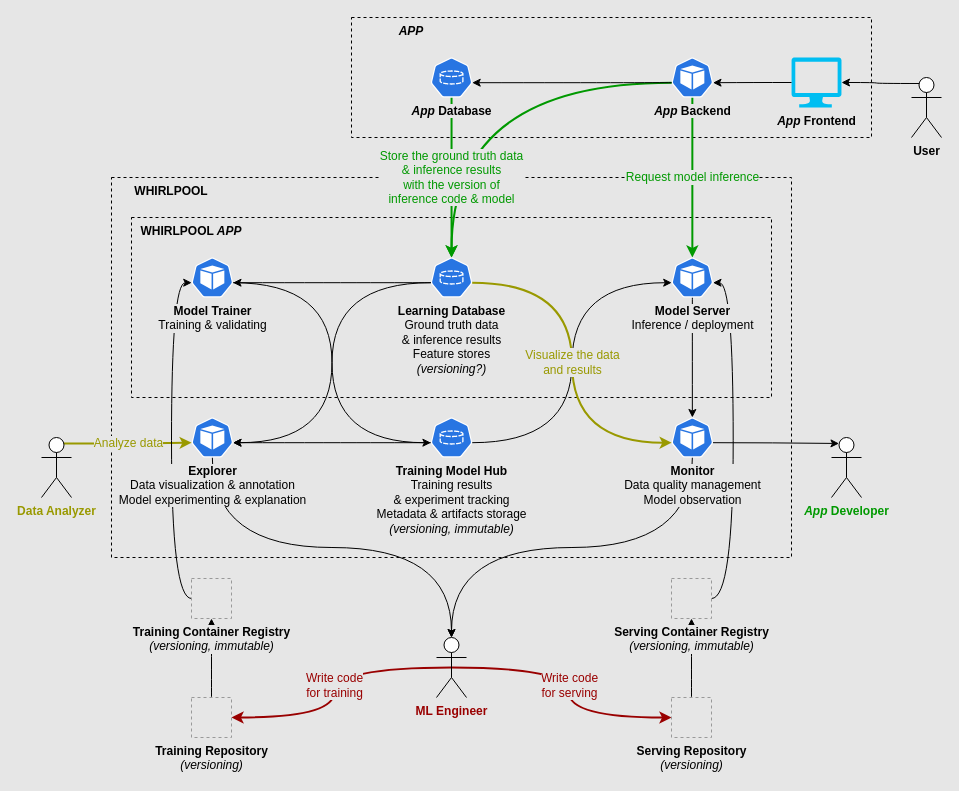
Before: manifests/core/whirlpool/doc/system-design.drawio in metalwhale/wave, a draw.io diagram. Source tidied: cells renumbered, new cells numbered last; positions are measured from the earlier drawing's top-left corner, leaving out a move shared by most shapes. Both pictures are drawn from the tidied source at 100%, with x=0, y=0 at pixel (41, 17). Pictures stored in the file or linked from it are replaced by grey dashed boxes.
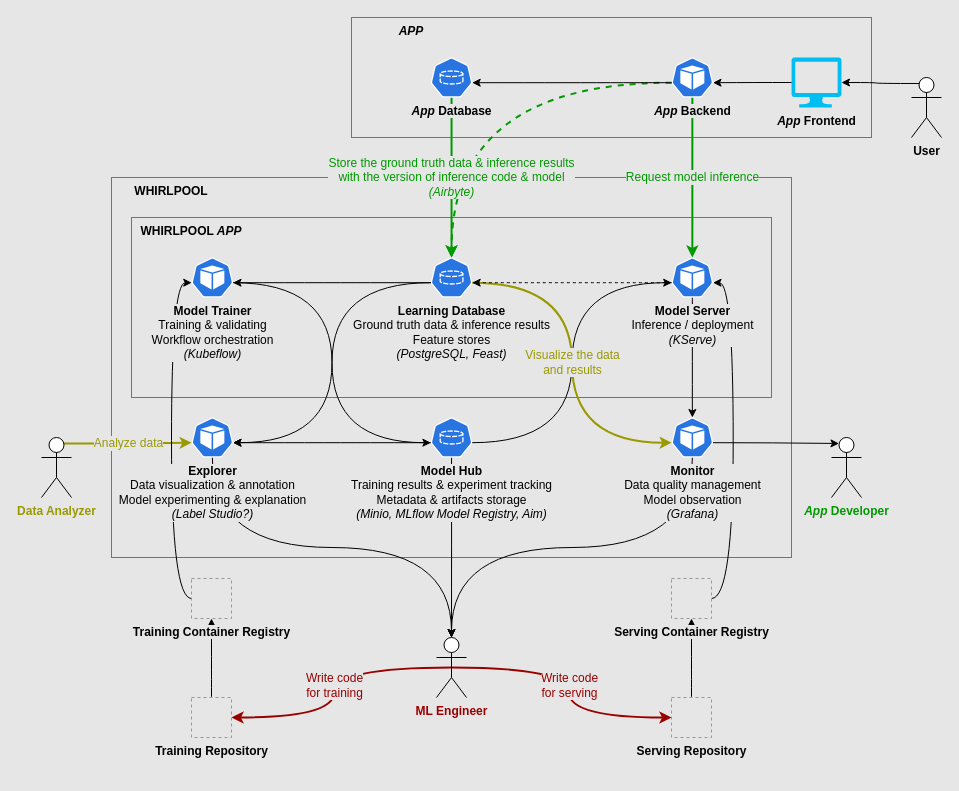
After the change.

Unchanged cells that the change refers to:
```xml
<mxCell id="24" value="&lt;b&gt;&lt;i&gt;App&lt;/i&gt; Database&lt;/b&gt;" style="sketch=0;html=1;dashed=0;whitespace=wrap;fillColor=#2875E2;strokeColor=#ffffff;points=[[0.005,0.63,0],[0.1,0.2,0],[0.9,0.2,0],[0.5,0,0],[0.995,0.63,0],[0.72,0.99,0],[0.5,1,0],[0.28,0.99,0]];shape=mxgraph.kubernetes.icon2;prIcon=pvc;labelPosition=center;verticalLabelPosition=bottom;align=center;verticalAlign=top;labelBackgroundColor=#E6E6E6;" parent="1" vertex="1">
  <mxGeometry x="389.2" y="40" width="41.7" height="40" as="geometry" />
</mxCell>
<mxCell id="26" value="&lt;b&gt;&lt;i&gt;App&lt;/i&gt; Backend&lt;/b&gt;" style="sketch=0;html=1;dashed=0;whitespace=wrap;fillColor=#2875E2;strokeColor=#ffffff;points=[[0.005,0.63,0],[0.1,0.2,0],[0.9,0.2,0],[0.5,0,0],[0.995,0.63,0],[0.72,0.99,0],[0.5,1,0],[0.28,0.99,0]];shape=mxgraph.kubernetes.icon2;prIcon=pod;labelBackgroundColor=#E6E6E6;labelPosition=center;verticalLabelPosition=bottom;align=center;verticalAlign=top;" parent="1" vertex="1">
  <mxGeometry x="630" y="40" width="41.7" height="40" as="geometry" />
</mxCell>
<mxCell id="40" value="&lt;b&gt;&lt;font color=&quot;#990000&quot;&gt;ML Engineer&lt;/font&gt;&lt;/b&gt;" style="shape=umlActor;verticalLabelPosition=bottom;verticalAlign=top;html=1;outlineConnect=0;labelBackgroundColor=#E6E6E6;" parent="1" vertex="1">
  <mxGeometry x="395" y="620" width="30" height="60" as="geometry" />
</mxCell>
```

The edit, as a diff of the source:
```diff
@@
+    <mxCell id="49" style="edgeStyle=orthogonalEdgeStyle;rounded=0;jettySize=auto;html=1;exitX=0.5;exitY=1;exitDx=0;exitDy=0;exitPerimeter=0;entryX=0.5;entryY=0;entryDx=0;entryDy=0;entryPerimeter=0;curved=1;" parent="1" edge="1" source="37" target="40">
+      <mxGeometry relative="1" as="geometry" />
+    </mxCell>
-    <mxCell id="2" style="rounded=0;whiteSpace=wrap;html=1;fillColor=none;dashed=1;labelPosition=center;verticalLabelPosition=middle;align=center;verticalAlign=middle;" parent="1" vertex="1">
+    <mxCell id="2" style="rounded=0;whiteSpace=wrap;html=1;fillColor=none;dashed=1;labelPosition=center;verticalLabelPosition=middle;align=center;verticalAlign=middle;dashPattern=1 1;" parent="1" vertex="1">
       <mxGeometry x="70" y="160" width="680" height="380" as="geometry" />
     </mxCell>
+    <mxCell id="4" style="rounded=0;whiteSpace=wrap;html=1;fillColor=none;dashed=1;labelPosition=center;verticalLabelPosition=middle;align=center;verticalAlign=middle;dashPattern=1 1;" parent="1" vertex="1">
+      <mxGeometry x="90" y="200" width="640" height="180" as="geometry" />
+    </mxCell>
+    <mxCell id="25" value="&lt;b&gt;Learning Database&lt;/b&gt;&lt;br&gt;Ground truth data &amp;amp; inference results&lt;br&gt;Feature stores&lt;br&gt;&lt;i&gt;(PostgreSQL, Feast)&lt;/i&gt;" style="sketch=0;html=1;dashed=0;whitespace=wrap;fillColor=#2875E2;strokeColor=#ffffff;points=[[0.005,0.63,0],[0.1,0.2,0],[0.9,0.2,0],[0.5,0,0],[0.995,0.63,0],[0.72,0.99,0],[0.5,1,0],[0.28,0.99,0]];shape=mxgraph.kubernetes.icon2;prIcon=pvc;labelPosition=center;verticalLabelPosition=bottom;align=center;verticalAlign=top;labelBackgroundColor=#E6E6E6;" parent="1" vertex="1">
+      <mxGeometry x="389.2" y="240" width="41.7" height="40" as="geometry" />
+    </mxCell>
@@
-    <mxCell id="4" style="rounded=0;whiteSpace=wrap;html=1;fillColor=none;dashed=1;labelPosition=center;verticalLabelPosition=middle;align=center;verticalAlign=middle;" parent="1" vertex="1">
-      <mxGeometry x="90" y="200" width="640" height="180" as="geometry" />
-    </mxCell>
@@
-    <mxCell id="12" style="rounded=0;whiteSpace=wrap;html=1;fillColor=none;dashed=1;labelPosition=center;verticalLabelPosition=middle;align=center;verticalAlign=middle;" parent="1" vertex="1">
+    <mxCell id="12" style="rounded=0;whiteSpace=wrap;html=1;fillColor=none;dashed=1;labelPosition=center;verticalLabelPosition=middle;align=center;verticalAlign=middle;dashPattern=1 1;" parent="1" vertex="1">
       <mxGeometry x="310" width="520" height="120" as="geometry" />
     </mxCell>
-    <mxCell id="13" style="edgeStyle=orthogonalEdgeStyle;rounded=0;jettySize=auto;html=1;exitX=0.005;exitY=0.63;exitDx=0;exitDy=0;exitPerimeter=0;entryX=0.5;entryY=0;entryDx=0;entryDy=0;entryPerimeter=0;curved=1;strokeColor=#009900;strokeWidth=2;" parent="1" edge="1" source="26" target="25">
+    <mxCell id="13" style="edgeStyle=orthogonalEdgeStyle;rounded=0;jettySize=auto;html=1;exitX=0.005;exitY=0.63;exitDx=0;exitDy=0;exitPerimeter=0;entryX=0.5;entryY=0;entryDx=0;entryDy=0;entryPerimeter=0;curved=1;strokeColor=#009900;strokeWidth=2;dashed=1;" parent="1" edge="1" source="26" target="25">
       <mxGeometry relative="1" as="geometry" />
     </mxCell>
@@
-    <mxCell id="23" value="&lt;font style=&quot;font-size: 12px;&quot;&gt;Store the ground truth data&lt;br&gt;&amp;amp; inference results&lt;br&gt;with the version of&lt;br&gt;inference code &amp;amp; model&lt;/font&gt;" style="edgeStyle=orthogonalEdgeStyle;rounded=0;jettySize=auto;html=1;exitX=0.5;exitY=1;exitDx=0;exitDy=0;exitPerimeter=0;entryX=0.5;entryY=0;entryDx=0;entryDy=0;entryPerimeter=0;labelBackgroundColor=#E6E6E6;curved=1;fontColor=#009900;strokeWidth=2;strokeColor=#009900;" parent="1" edge="1" source="24" target="25">
+    <mxCell id="23" value="&lt;font style=&quot;font-size: 12px;&quot;&gt;Store the ground truth data &amp;amp; inference results&lt;br&gt;with the version of inference code &amp;amp; model&lt;br&gt;&lt;i&gt;(Airbyte)&lt;/i&gt;&lt;br&gt;&lt;/font&gt;" style="edgeStyle=orthogonalEdgeStyle;rounded=0;jettySize=auto;html=1;exitX=0.5;exitY=1;exitDx=0;exitDy=0;exitPerimeter=0;entryX=0.5;entryY=0;entryDx=0;entryDy=0;entryPerimeter=0;labelBackgroundColor=#E6E6E6;curved=1;fontColor=#009900;strokeWidth=2;strokeColor=#009900;" parent="1" edge="1" source="24" target="25">
       <mxGeometry relative="1" as="geometry" />
     </mxCell>
@@
-    <mxCell id="25" value="&lt;b&gt;Learning Database&lt;/b&gt;&lt;br&gt;Ground truth data&lt;br&gt;&amp;amp; inference results&lt;br&gt;Feature stores&lt;br&gt;&lt;i&gt;(versioning?)&lt;/i&gt;" style="sketch=0;html=1;dashed=0;whitespace=wrap;fillColor=#2875E2;strokeColor=#ffffff;points=[[0.005,0.63,0],[0.1,0.2,0],[0.9,0.2,0],[0.5,0,0],[0.995,0.63,0],[0.72,0.99,0],[0.5,1,0],[0.28,0.99,0]];shape=mxgraph.kubernetes.icon2;prIcon=pvc;labelPosition=center;verticalLabelPosition=bottom;align=center;verticalAlign=top;labelBackgroundColor=#E6E6E6;" parent="1" vertex="1">
-      <mxGeometry x="389.2" y="240" width="41.7" height="40" as="geometry" />
-    </mxCell>
@@
-    <mxCell id="28" value="&lt;b&gt;Model Server&lt;/b&gt;&lt;br&gt;Inference / deployment" style="sketch=0;html=1;dashed=0;whitespace=wrap;fillColor=#2875E2;strokeColor=#ffffff;points=[[0.005,0.63,0],[0.1,0.2,0],[0.9,0.2,0],[0.5,0,0],[0.995,0.63,0],[0.72,0.99,0],[0.5,1,0],[0.28,0.99,0]];shape=mxgraph.kubernetes.icon2;prIcon=pod;labelBackgroundColor=#E6E6E6;labelPosition=center;verticalLabelPosition=bottom;align=center;verticalAlign=top;" parent="1" vertex="1">
+    <mxCell id="28" value="&lt;b&gt;Model Server&lt;/b&gt;&lt;br&gt;Inference / deployment&lt;br&gt;&lt;i&gt;(KServe)&lt;/i&gt;" style="sketch=0;html=1;dashed=0;whitespace=wrap;fillColor=#2875E2;strokeColor=#ffffff;points=[[0.005,0.63,0],[0.1,0.2,0],[0.9,0.2,0],[0.5,0,0],[0.995,0.63,0],[0.72,0.99,0],[0.5,1,0],[0.28,0.99,0]];shape=mxgraph.kubernetes.icon2;prIcon=pod;labelBackgroundColor=#E6E6E6;labelPosition=center;verticalLabelPosition=bottom;align=center;verticalAlign=top;" parent="1" vertex="1">
       <mxGeometry x="630" y="240" width="41.7" height="40" as="geometry" />
     </mxCell>
@@
-    <mxCell id="34" value="&lt;b&gt;Monitor&lt;/b&gt;&lt;br&gt;Data quality management&lt;br&gt;Model observation" style="sketch=0;html=1;dashed=0;whitespace=wrap;fillColor=#2875E2;strokeColor=#ffffff;points=[[0.005,0.63,0],[0.1,0.2,0],[0.9,0.2,0],[0.5,0,0],[0.995,0.63,0],[0.72,0.99,0],[0.5,1,0],[0.28,0.99,0]];shape=mxgraph.kubernetes.icon2;prIcon=pod;labelBackgroundColor=#E6E6E6;labelPosition=center;verticalLabelPosition=bottom;align=center;verticalAlign=top;" parent="1" vertex="1">
+    <mxCell id="34" value="&lt;b&gt;Monitor&lt;/b&gt;&lt;br&gt;Data quality management&lt;br&gt;Model observation&lt;br&gt;&lt;i&gt;(Grafana)&lt;/i&gt;" style="sketch=0;html=1;dashed=0;whitespace=wrap;fillColor=#2875E2;strokeColor=#ffffff;points=[[0.005,0.63,0],[0.1,0.2,0],[0.9,0.2,0],[0.5,0,0],[0.995,0.63,0],[0.72,0.99,0],[0.5,1,0],[0.28,0.99,0]];shape=mxgraph.kubernetes.icon2;prIcon=pod;labelBackgroundColor=#E6E6E6;labelPosition=center;verticalLabelPosition=bottom;align=center;verticalAlign=top;" parent="1" vertex="1">
       <mxGeometry x="630" y="400" width="41.7" height="40" as="geometry" />
     </mxCell>
@@
-    <mxCell id="37" value="&lt;b&gt;Training Model Hub&lt;br&gt;&lt;/b&gt;Training results&lt;br&gt;&amp;amp; experiment tracking&lt;br style=&quot;border-color: var(--border-color);&quot;&gt;Metadata &amp;amp; artifacts storage&lt;br&gt;&lt;i&gt;(versioning, immutable)&lt;/i&gt;" style="sketch=0;html=1;dashed=0;whitespace=wrap;fillColor=#2875E2;strokeColor=#ffffff;points=[[0.005,0.63,0],[0.1,0.2,0],[0.9,0.2,0],[0.5,0,0],[0.995,0.63,0],[0.72,0.99,0],[0.5,1,0],[0.28,0.99,0]];shape=mxgraph.kubernetes.icon2;prIcon=pvc;labelPosition=center;verticalLabelPosition=bottom;align=center;verticalAlign=top;labelBackgroundColor=#E6E6E6;" parent="1" vertex="1">
+    <mxCell id="37" value="&lt;b&gt;Model Hub&lt;br&gt;&lt;/b&gt;Training results &amp;amp; experiment tracking&lt;br style=&quot;border-color: var(--border-color);&quot;&gt;Metadata &amp;amp; artifacts storage&lt;br&gt;&lt;i&gt;(Minio, MLflow Model Registry, Aim)&lt;/i&gt;" style="sketch=0;html=1;dashed=0;whitespace=wrap;fillColor=#2875E2;strokeColor=#ffffff;points=[[0.005,0.63,0],[0.1,0.2,0],[0.9,0.2,0],[0.5,0,0],[0.995,0.63,0],[0.72,0.99,0],[0.5,1,0],[0.28,0.99,0]];shape=mxgraph.kubernetes.icon2;prIcon=pvc;labelPosition=center;verticalLabelPosition=bottom;align=center;verticalAlign=top;labelBackgroundColor=#E6E6E6;" parent="1" vertex="1">
       <mxGeometry x="389.2" y="400" width="41.7" height="40" as="geometry" />
     </mxCell>
-    <mxCell id="38" value="&lt;b&gt;Explorer&lt;/b&gt;&lt;br&gt;Data visualization &amp;amp; annotation&lt;br&gt;Model experimenting &amp;amp; explanation" style="sketch=0;html=1;dashed=0;whitespace=wrap;fillColor=#2875E2;strokeColor=#ffffff;points=[[0.005,0.63,0],[0.1,0.2,0],[0.9,0.2,0],[0.5,0,0],[0.995,0.63,0],[0.72,0.99,0],[0.5,1,0],[0.28,0.99,0]];shape=mxgraph.kubernetes.icon2;prIcon=pod;labelBackgroundColor=#E6E6E6;labelPosition=center;verticalLabelPosition=bottom;align=center;verticalAlign=top;" parent="1" vertex="1">
+    <mxCell id="38" value="&lt;b&gt;Explorer&lt;/b&gt;&lt;br&gt;Data visualization &amp;amp; annotation&lt;br&gt;Model experimenting &amp;amp; explanation&lt;br&gt;&lt;i&gt;(Label Studio?)&lt;/i&gt;" style="sketch=0;html=1;dashed=0;whitespace=wrap;fillColor=#2875E2;strokeColor=#ffffff;points=[[0.005,0.63,0],[0.1,0.2,0],[0.9,0.2,0],[0.5,0,0],[0.995,0.63,0],[0.72,0.99,0],[0.5,1,0],[0.28,0.99,0]];shape=mxgraph.kubernetes.icon2;prIcon=pod;labelBackgroundColor=#E6E6E6;labelPosition=center;verticalLabelPosition=bottom;align=center;verticalAlign=top;" parent="1" vertex="1">
       <mxGeometry x="150" y="400" width="41.7" height="40" as="geometry" />
     </mxCell>
@@
-    <mxCell id="42" value="&lt;b&gt;Model Trainer&lt;/b&gt;&lt;br&gt;Training &amp;amp; validating" style="sketch=0;html=1;dashed=0;whitespace=wrap;fillColor=#2875E2;strokeColor=#ffffff;points=[[0.005,0.63,0],[0.1,0.2,0],[0.9,0.2,0],[0.5,0,0],[0.995,0.63,0],[0.72,0.99,0],[0.5,1,0],[0.28,0.99,0]];shape=mxgraph.kubernetes.icon2;prIcon=pod;labelBackgroundColor=#E6E6E6;labelPosition=center;verticalLabelPosition=bottom;align=center;verticalAlign=top;" parent="1" vertex="1">
+    <mxCell id="42" value="&lt;b&gt;Model Trainer&lt;/b&gt;&lt;br&gt;Training &amp;amp; validating&lt;br&gt;Workflow orchestration&lt;br&gt;&lt;i&gt;(Kubeflow)&lt;/i&gt;" style="sketch=0;html=1;dashed=0;whitespace=wrap;fillColor=#2875E2;strokeColor=#ffffff;points=[[0.005,0.63,0],[0.1,0.2,0],[0.9,0.2,0],[0.5,0,0],[0.995,0.63,0],[0.72,0.99,0],[0.5,1,0],[0.28,0.99,0]];shape=mxgraph.kubernetes.icon2;prIcon=pod;labelBackgroundColor=#E6E6E6;labelPosition=center;verticalLabelPosition=bottom;align=center;verticalAlign=top;" parent="1" vertex="1">
       <mxGeometry x="150" y="240" width="41.7" height="40" as="geometry" />
     </mxCell>
-    <mxCell id="43" value="&lt;b&gt;Training Repository&lt;/b&gt;&lt;br&gt;&lt;i&gt;(versioning)&lt;/i&gt;" style="fillColor=#E6E6E6;strokeColor=#999999;dashed=1;html=1;verticalAlign=top;verticalLabelPosition=bottom;labelBackgroundColor=#E6E6E6;" parent="1" vertex="1">
+    <mxCell id="43" value="&lt;b&gt;Training Repository&lt;/b&gt;" style="fillColor=#E6E6E6;strokeColor=#999999;dashed=1;html=1;verticalAlign=top;verticalLabelPosition=bottom;labelBackgroundColor=#E6E6E6;" parent="1" vertex="1">
       <mxGeometry x="150" y="680" width="40" height="40" as="geometry" />
     </mxCell>
-    <mxCell id="44" value="&lt;b&gt;Serving Repository&lt;br&gt;&lt;/b&gt;&lt;i&gt;(versioning)&lt;/i&gt;&lt;font style=&quot;&quot; color=&quot;#990000&quot;&gt;&lt;br&gt;&lt;/font&gt;" style="fillColor=#E6E6E6;strokeColor=#999999;dashed=1;html=1;verticalAlign=top;verticalLabelPosition=bottom;labelBackgroundColor=#E6E6E6;" parent="1" vertex="1">
+    <mxCell id="44" value="&lt;b&gt;Serving Repository&lt;/b&gt;&lt;font style=&quot;&quot; color=&quot;#990000&quot;&gt;&lt;br&gt;&lt;/font&gt;" style="fillColor=#E6E6E6;strokeColor=#999999;dashed=1;html=1;verticalAlign=top;verticalLabelPosition=bottom;labelBackgroundColor=#E6E6E6;" parent="1" vertex="1">
       <mxGeometry x="630" y="680" width="40" height="40" as="geometry" />
     </mxCell>
-    <mxCell id="45" value="&lt;b&gt;Serving Container Registry&lt;/b&gt;&lt;br&gt;&lt;i&gt;(versioning, immutable)&lt;/i&gt;" style="fillColor=#E6E6E6;strokeColor=#999999;dashed=1;html=1;verticalAlign=top;verticalLabelPosition=bottom;labelBackgroundColor=#E6E6E6;" parent="1" vertex="1">
+    <mxCell id="45" value="&lt;b&gt;Serving Container Registry&lt;/b&gt;" style="fillColor=#E6E6E6;strokeColor=#999999;dashed=1;html=1;verticalAlign=top;verticalLabelPosition=bottom;labelBackgroundColor=#E6E6E6;" parent="1" vertex="1">
       <mxGeometry x="630" y="561" width="40" height="40" as="geometry" />
     </mxCell>
-    <mxCell id="46" value="&lt;b&gt;Training Container Registry&lt;/b&gt;&lt;br&gt;&lt;i&gt;(versioning, immutable)&lt;/i&gt;" style="fillColor=#E6E6E6;strokeColor=#999999;dashed=1;html=1;verticalAlign=top;verticalLabelPosition=bottom;labelBackgroundColor=#E6E6E6;" parent="1" vertex="1">
+    <mxCell id="46" value="&lt;b&gt;Training Container Registry&lt;/b&gt;" style="fillColor=#E6E6E6;strokeColor=#999999;dashed=1;html=1;verticalAlign=top;verticalLabelPosition=bottom;labelBackgroundColor=#E6E6E6;" parent="1" vertex="1">
       <mxGeometry x="150" y="561" width="40" height="40" as="geometry" />
     </mxCell>
@@
+    <mxCell id="50" style="edgeStyle=orthogonalEdgeStyle;rounded=0;jettySize=auto;html=1;exitX=0.005;exitY=0.63;exitDx=0;exitDy=0;exitPerimeter=0;entryX=0.995;entryY=0.63;entryDx=0;entryDy=0;entryPerimeter=0;curved=1;dashed=1;" parent="1" edge="1" source="28" target="25">
+      <mxGeometry relative="1" as="geometry" />
+    </mxCell>
```
